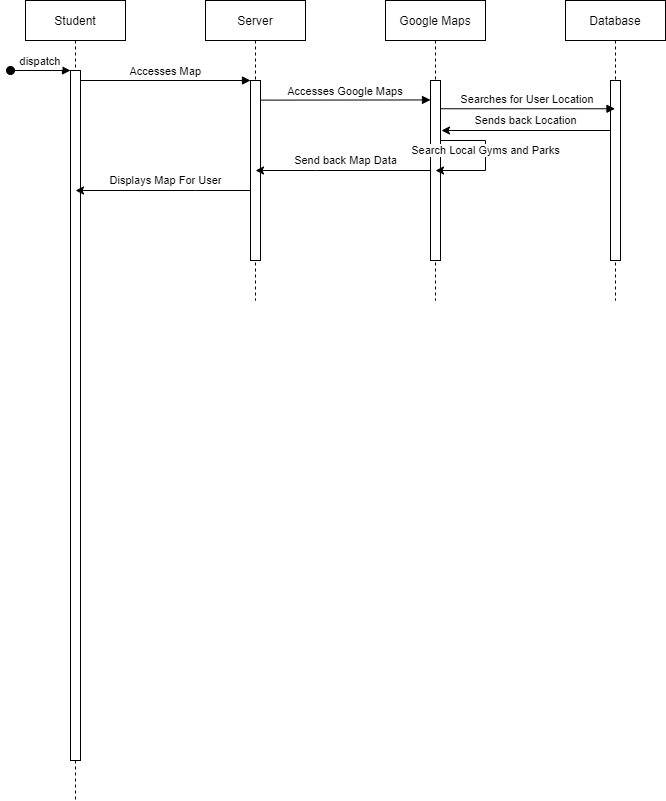
Hanandrof/Group-3-Repository keeps this draw.io diagram as Deliverables/Week_3/Use_Case/Student/Sequence Diagrams/Map.png. Above is the earlier version. Source tidied: cells renumbered, new cells last; positions are measured from the earlier drawing's top-left corner, leaving out a move shared by most shapes. The source it was exported from:
```xml
<mxGraphModel background="#FFFFFF">
  <root>
    <mxCell id="0" />
    <mxCell id="1" parent="0" />
    <mxCell id="2" value="Student" style="shape=umlLifeline;perimeter=lifelinePerimeter;rounded=0;shadow=0;strokeWidth=1;" parent="1" vertex="1">
      <mxGeometry x="15" width="100" height="800" as="geometry" />
    </mxCell>
    <mxCell id="3" style="points=[];perimeter=orthogonalPerimeter;rounded=0;shadow=0;strokeWidth=1;" parent="2" vertex="1">
      <mxGeometry x="45" y="70" width="10" height="690" as="geometry" />
    </mxCell>
    <mxCell id="4" value="dispatch" style="verticalAlign=bottom;startArrow=oval;endArrow=block;startSize=8;shadow=0;strokeWidth=1;" parent="2" edge="1" target="3">
      <mxGeometry relative="1" as="geometry">
        <mxPoint x="-15" y="70" as="sourcePoint" />
      </mxGeometry>
    </mxCell>
    <mxCell id="5" value="Server" style="shape=umlLifeline;perimeter=lifelinePerimeter;rounded=0;shadow=0;strokeWidth=1;" parent="1" vertex="1">
      <mxGeometry x="195" width="100" height="300" as="geometry" />
    </mxCell>
    <mxCell id="6" style="points=[];perimeter=orthogonalPerimeter;rounded=0;shadow=0;strokeWidth=1;" parent="5" vertex="1">
      <mxGeometry x="45" y="80" width="10" height="180" as="geometry" />
    </mxCell>
    <mxCell id="7" value="Accesses Map" style="verticalAlign=bottom;endArrow=block;entryX=0;entryY=0;shadow=0;strokeWidth=1;" parent="1" edge="1" source="3" target="6">
      <mxGeometry relative="1" as="geometry" />
    </mxCell>
    <mxCell id="8" value="Database" style="shape=umlLifeline;perimeter=lifelinePerimeter;rounded=0;shadow=0;strokeWidth=1;" parent="1" vertex="1">
      <mxGeometry x="555" width="100" height="300" as="geometry" />
    </mxCell>
    <mxCell id="9" style="points=[];perimeter=orthogonalPerimeter;rounded=0;shadow=0;strokeWidth=1;" parent="8" vertex="1">
      <mxGeometry x="45" y="80" width="10" height="180" as="geometry" />
    </mxCell>
    <mxCell id="10" value="Google Maps" style="shape=umlLifeline;perimeter=lifelinePerimeter;rounded=0;shadow=0;strokeWidth=1;" parent="1" vertex="1">
      <mxGeometry x="375" width="100" height="300" as="geometry" />
    </mxCell>
    <mxCell id="11" style="points=[];perimeter=orthogonalPerimeter;rounded=0;shadow=0;strokeWidth=1;" parent="10" vertex="1">
      <mxGeometry x="45" y="80" width="10" height="180" as="geometry" />
    </mxCell>
    <mxCell id="12" style="edgeStyle=orthogonalEdgeStyle;rounded=0;jettySize=auto;html=1;" parent="10" edge="1" source="11" target="10">
      <mxGeometry relative="1" as="geometry">
        <Array as="points">
          <mxPoint x="100" y="140" />
          <mxPoint x="100" y="170" />
        </Array>
      </mxGeometry>
    </mxCell>
    <mxCell id="13" value="&lt;div&gt;Search Local Gyms and Parks&lt;/div&gt;" style="edgeLabel;html=1;align=center;verticalAlign=middle;" parent="12" vertex="1">
      <mxGeometry x="0.05" relative="1" as="geometry">
        <mxPoint y="-10.7" as="offset" />
      </mxGeometry>
    </mxCell>
    <mxCell id="14" value="Accesses Google Maps" style="verticalAlign=bottom;endArrow=block;entryX=0;entryY=0.108;shadow=0;strokeWidth=1;exitX=0.972;exitY=0.109;exitDx=0;exitDy=0;exitPerimeter=0;entryDx=0;entryDy=0;entryPerimeter=0;" parent="1" edge="1" source="6" target="11">
      <mxGeometry relative="1" as="geometry" />
    </mxCell>
    <mxCell id="15" value="Searches for User Location" style="verticalAlign=bottom;endArrow=block;shadow=0;strokeWidth=1;exitX=0.981;exitY=0.157;exitDx=0;exitDy=0;exitPerimeter=0;" parent="1" edge="1" source="11" target="8">
      <mxGeometry relative="1" as="geometry" />
    </mxCell>
    <mxCell id="16" style="edgeStyle=orthogonalEdgeStyle;rounded=0;jettySize=auto;html=1;" parent="1" edge="1" source="9">
      <mxGeometry relative="1" as="geometry">
        <mxPoint x="431" y="130" as="targetPoint" />
        <Array as="points">
          <mxPoint x="431" y="130" />
        </Array>
      </mxGeometry>
    </mxCell>
    <mxCell id="17" value="Sends back Location" style="edgeLabel;html=1;align=center;verticalAlign=middle;" parent="16" vertex="1">
      <mxGeometry x="0.24" y="-2" relative="1" as="geometry">
        <mxPoint x="19.8" y="-8" as="offset" />
      </mxGeometry>
    </mxCell>
    <mxCell id="18" style="edgeStyle=orthogonalEdgeStyle;rounded=0;jettySize=auto;html=1;" parent="1" edge="1" source="11" target="5">
      <mxGeometry relative="1" as="geometry">
        <Array as="points">
          <mxPoint x="305" y="170" />
          <mxPoint x="305" y="170" />
        </Array>
      </mxGeometry>
    </mxCell>
    <mxCell id="19" value="Send back Map Data" style="edgeLabel;html=1;align=center;verticalAlign=middle;" parent="18" vertex="1">
      <mxGeometry x="-0.1" relative="1" as="geometry">
        <mxPoint x="-6" y="-10" as="offset" />
      </mxGeometry>
    </mxCell>
    <mxCell id="20" style="edgeStyle=orthogonalEdgeStyle;rounded=0;jettySize=auto;html=1;" parent="1" edge="1" source="6" target="2">
      <mxGeometry relative="1" as="geometry">
        <Array as="points">
          <mxPoint x="185" y="190" />
          <mxPoint x="185" y="190" />
        </Array>
      </mxGeometry>
    </mxCell>
    <mxCell id="21" value="Displays Map For User" style="edgeLabel;html=1;align=center;verticalAlign=middle;" parent="20" vertex="1">
      <mxGeometry x="0.11" y="1" relative="1" as="geometry">
        <mxPoint x="11.7" y="-11" as="offset" />
      </mxGeometry>
    </mxCell>
  </root>
</mxGraphModel>
```
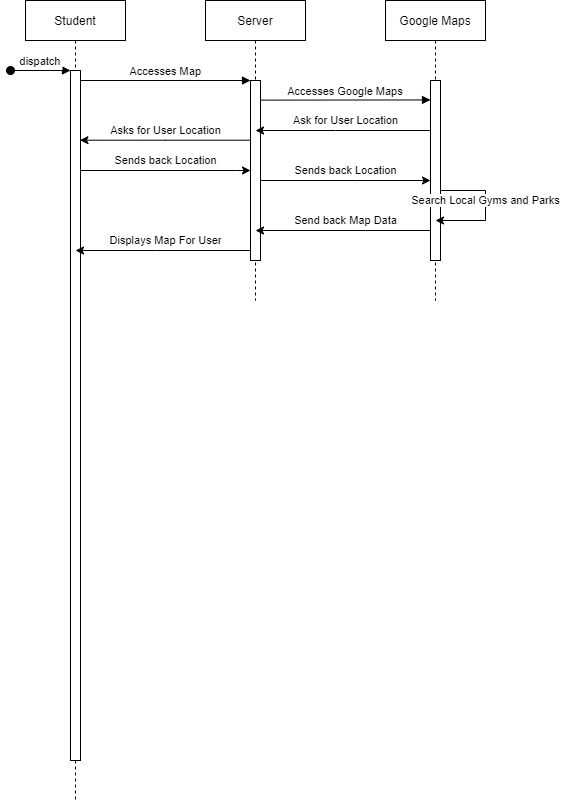
The same file after the commit.

What changed in the source:
```diff
@@ -22,12 +22,6 @@
     <mxCell id="7" value="Accesses Map" style="verticalAlign=bottom;endArrow=block;entryX=0;entryY=0;shadow=0;strokeWidth=1;" parent="1" edge="1" source="3" target="6">
       <mxGeometry relative="1" as="geometry" />
     </mxCell>
-    <mxCell id="8" value="Database" style="shape=umlLifeline;perimeter=lifelinePerimeter;rounded=0;shadow=0;strokeWidth=1;" parent="1" vertex="1">
-      <mxGeometry x="555" width="100" height="300" as="geometry" />
-    </mxCell>
-    <mxCell id="9" style="points=[];perimeter=orthogonalPerimeter;rounded=0;shadow=0;strokeWidth=1;" parent="8" vertex="1">
-      <mxGeometry x="45" y="80" width="10" height="180" as="geometry" />
-    </mxCell>
     <mxCell id="10" value="Google Maps" style="shape=umlLifeline;perimeter=lifelinePerimeter;rounded=0;shadow=0;strokeWidth=1;" parent="1" vertex="1">
       <mxGeometry x="375" width="100" height="300" as="geometry" />
     </mxCell>
@@ -37,8 +31,8 @@
     <mxCell id="12" style="edgeStyle=orthogonalEdgeStyle;rounded=0;jettySize=auto;html=1;" parent="10" edge="1" source="11" target="10">
       <mxGeometry relative="1" as="geometry">
         <Array as="points">
-          <mxPoint x="100" y="140" />
-          <mxPoint x="100" y="170" />
+          <mxPoint x="100" y="190" />
+          <mxPoint x="100" y="220" />
         </Array>
       </mxGeometry>
     </mxCell>
@@ -50,27 +44,11 @@
     <mxCell id="14" value="Accesses Google Maps" style="verticalAlign=bottom;endArrow=block;entryX=0;entryY=0.108;shadow=0;strokeWidth=1;exitX=0.972;exitY=0.109;exitDx=0;exitDy=0;exitPerimeter=0;entryDx=0;entryDy=0;entryPerimeter=0;" parent="1" edge="1" source="6" target="11">
       <mxGeometry relative="1" as="geometry" />
     </mxCell>
-    <mxCell id="15" value="Searches for User Location" style="verticalAlign=bottom;endArrow=block;shadow=0;strokeWidth=1;exitX=0.981;exitY=0.157;exitDx=0;exitDy=0;exitPerimeter=0;" parent="1" edge="1" source="11" target="8">
-      <mxGeometry relative="1" as="geometry" />
-    </mxCell>
-    <mxCell id="16" style="edgeStyle=orthogonalEdgeStyle;rounded=0;jettySize=auto;html=1;" parent="1" edge="1" source="9">
-      <mxGeometry relative="1" as="geometry">
-        <mxPoint x="431" y="130" as="targetPoint" />
-        <Array as="points">
-          <mxPoint x="431" y="130" />
-        </Array>
-      </mxGeometry>
-    </mxCell>
-    <mxCell id="17" value="Sends back Location" style="edgeLabel;html=1;align=center;verticalAlign=middle;" parent="16" vertex="1">
-      <mxGeometry x="0.24" y="-2" relative="1" as="geometry">
-        <mxPoint x="19.8" y="-8" as="offset" />
-      </mxGeometry>
-    </mxCell>
     <mxCell id="18" style="edgeStyle=orthogonalEdgeStyle;rounded=0;jettySize=auto;html=1;" parent="1" edge="1" source="11" target="5">
       <mxGeometry relative="1" as="geometry">
         <Array as="points">
-          <mxPoint x="305" y="170" />
-          <mxPoint x="305" y="170" />
+          <mxPoint x="355" y="230" />
+          <mxPoint x="355" y="230" />
         </Array>
       </mxGeometry>
     </mxCell>
@@ -82,8 +60,8 @@
     <mxCell id="20" style="edgeStyle=orthogonalEdgeStyle;rounded=0;jettySize=auto;html=1;" parent="1" edge="1" source="6" target="2">
       <mxGeometry relative="1" as="geometry">
         <Array as="points">
-          <mxPoint x="185" y="190" />
-          <mxPoint x="185" y="190" />
+          <mxPoint x="145" y="250" />
+          <mxPoint x="145" y="250" />
         </Array>
       </mxGeometry>
     </mxCell>
@@ -92,5 +70,56 @@
         <mxPoint x="11.7" y="-11" as="offset" />
       </mxGeometry>
     </mxCell>
+    <mxCell id="22" style="edgeStyle=orthogonalEdgeStyle;rounded=0;jettySize=auto;html=1;" parent="1" edge="1" source="11" target="5">
+      <mxGeometry relative="1" as="geometry">
+        <Array as="points">
+          <mxPoint x="325" y="130" />
+          <mxPoint x="325" y="130" />
+        </Array>
+      </mxGeometry>
+    </mxCell>
+    <mxCell id="23" value="Ask for User Location" style="edgeLabel;html=1;align=center;verticalAlign=middle;" parent="22" vertex="1">
+      <mxGeometry x="0.12" y="-1" relative="1" as="geometry">
+        <mxPoint x="12.6" y="-9" as="offset" />
+      </mxGeometry>
+    </mxCell>
+    <mxCell id="24" style="edgeStyle=orthogonalEdgeStyle;rounded=0;jettySize=auto;html=1;entryX=0.943;entryY=0.101;entryDx=0;entryDy=0;entryPerimeter=0;" parent="1" edge="1" source="6" target="3">
+      <mxGeometry relative="1" as="geometry">
+        <Array as="points">
+          <mxPoint x="155" y="140" />
+        </Array>
+      </mxGeometry>
+    </mxCell>
+    <mxCell id="25" value="Asks for User Location" style="edgeLabel;html=1;align=center;verticalAlign=middle;" parent="24" vertex="1">
+      <mxGeometry x="0.23" y="-2" relative="1" as="geometry">
+        <mxPoint x="19.8" y="-7.7" as="offset" />
+      </mxGeometry>
+    </mxCell>
+    <mxCell id="26" style="edgeStyle=orthogonalEdgeStyle;rounded=0;jettySize=auto;html=1;" parent="1" edge="1" source="3" target="6">
+      <mxGeometry relative="1" as="geometry">
+        <Array as="points">
+          <mxPoint x="225" y="170" />
+          <mxPoint x="225" y="170" />
+        </Array>
+      </mxGeometry>
+    </mxCell>
+    <mxCell id="27" value="Sends back Location" style="edgeLabel;html=1;align=center;verticalAlign=middle;" parent="26" vertex="1">
+      <mxGeometry x="0.24" y="-2" relative="1" as="geometry">
+        <mxPoint x="-20.7" y="-12" as="offset" />
+      </mxGeometry>
+    </mxCell>
+    <mxCell id="28" style="edgeStyle=orthogonalEdgeStyle;rounded=0;jettySize=auto;html=1;" parent="1" edge="1" source="6" target="11">
+      <mxGeometry relative="1" as="geometry">
+        <Array as="points">
+          <mxPoint x="345" y="180" />
+          <mxPoint x="345" y="180" />
+        </Array>
+      </mxGeometry>
+    </mxCell>
+    <mxCell id="29" value="Sends back Location" style="edgeLabel;html=1;align=center;verticalAlign=middle;" parent="28" vertex="1">
+      <mxGeometry x="0.1" y="1" relative="1" as="geometry">
+        <mxPoint x="-8.3" y="-9" as="offset" />
+      </mxGeometry>
+    </mxCell>
   </root>
 </mxGraphModel>
```
